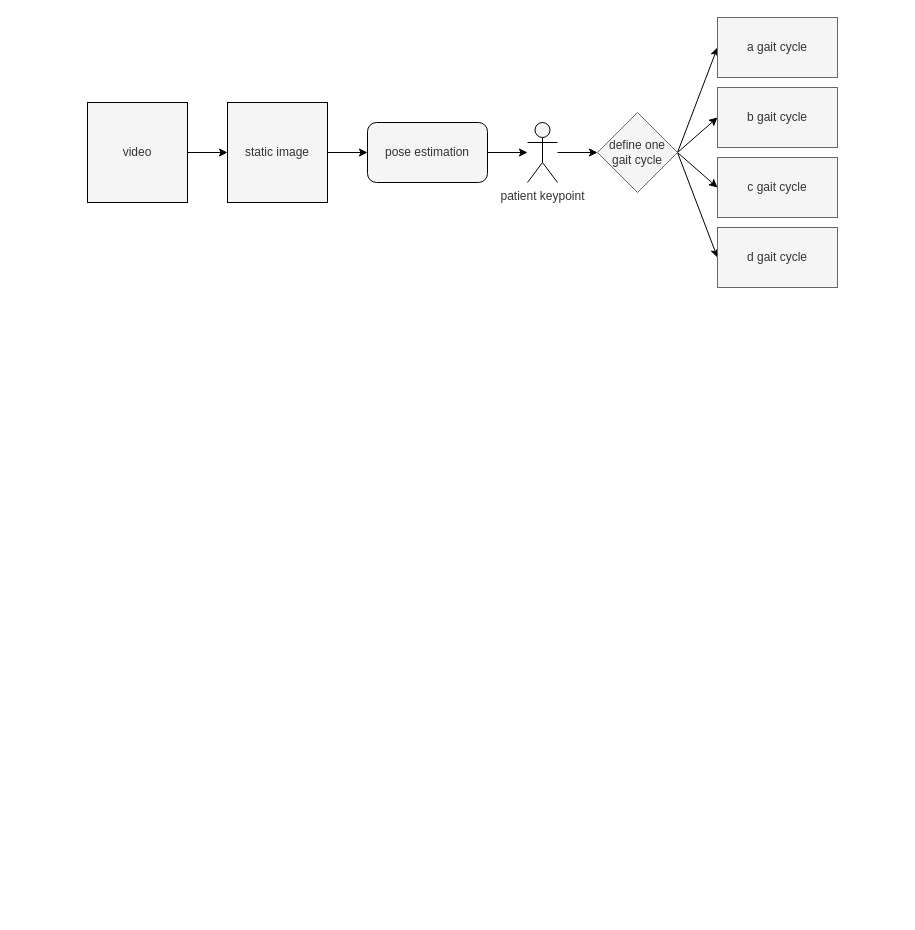
Before: page "define one gait cycle" (1 of 3) of images/figure.drawio in ChenKaiXuSan/Skeleton_ASD_PyTorch, a draw.io diagram. Source tidied: cells renumbered, new cells numbered last; positions are measured from the earlier drawing's top-left corner, leaving out a move shared by most shapes. Both pictures are drawn from the tidied source at 100%, with x=0, y=0 at pixel (87, 17).
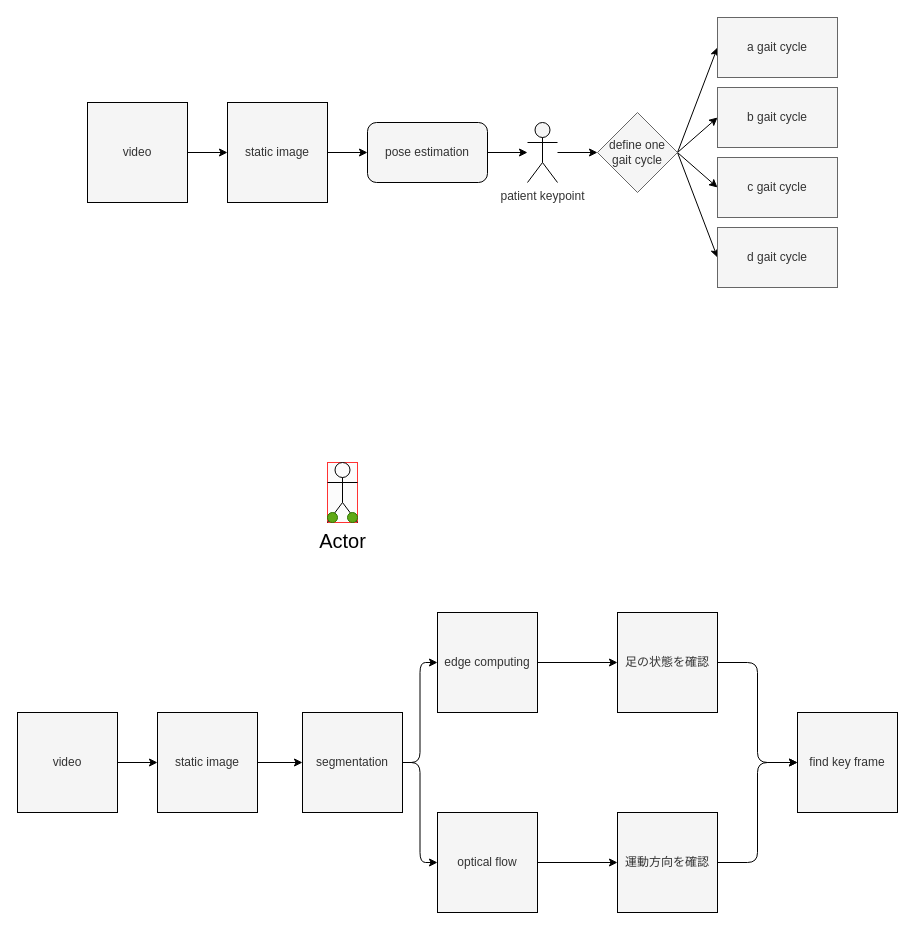
Above is the later version.

What changed in the source:
```diff
@@
+    <mxCell id="19" style="rounded=0;whiteSpace=wrap;html=1;labelBackgroundColor=#FFFFFF;strokeColor=#FF3333;fontSize=20;fontColor=#000000;fillColor=#fcfcfc;" parent="1" vertex="1">
+      <mxGeometry x="240" y="445" width="30" height="60" as="geometry" />
+    </mxCell>
+    <mxCell id="20" value="Actor" style="shape=umlActor;verticalLabelPosition=bottom;verticalAlign=top;html=1;labelBackgroundColor=#FFFFFF;fontSize=20;fontColor=#000000;fillColor=#fcfcfc;strokeColor=#000000;" parent="1" vertex="1">
+      <mxGeometry x="240" y="445" width="30" height="60" as="geometry" />
+    </mxCell>
+    <mxCell id="21" style="ellipse;whiteSpace=wrap;html=1;labelBackgroundColor=#FFFFFF;strokeColor=#2D7600;fontSize=20;fontColor=#ffffff;fillColor=#60a917;" parent="1" vertex="1">
+      <mxGeometry x="260" y="495" width="10" height="10" as="geometry" />
+    </mxCell>
+    <mxCell id="22" style="ellipse;whiteSpace=wrap;html=1;labelBackgroundColor=#FFFFFF;strokeColor=#2D7600;fontSize=20;fontColor=#ffffff;fillColor=#60a917;" parent="1" vertex="1">
+      <mxGeometry x="240" y="495" width="10" height="10" as="geometry" />
+    </mxCell>
+    <mxCell id="23" style="edgeStyle=none;html=1;fillColor=#f5f5f5;strokeColor=#000000;snapToPoint=0;fixDash=0;" parent="1" edge="1" source="24" target="26">
+      <mxGeometry relative="1" as="geometry" />
+    </mxCell>
+    <mxCell id="24" value="video" style="whiteSpace=wrap;html=1;fillColor=#f5f5f5;strokeColor=#000000;fontColor=#333333;snapToPoint=0;fixDash=0;" parent="1" vertex="1">
+      <mxGeometry x="-70" y="695" width="100" height="100" as="geometry" />
+    </mxCell>
+    <mxCell id="25" style="edgeStyle=none;html=1;strokeColor=#000000;" parent="1" edge="1" source="26" target="29">
+      <mxGeometry relative="1" as="geometry" />
+    </mxCell>
+    <mxCell id="26" value="static image" style="whiteSpace=wrap;html=1;fillColor=#f5f5f5;strokeColor=#000000;fontColor=#333333;snapToPoint=0;fixDash=0;" parent="1" vertex="1">
+      <mxGeometry x="70" y="695" width="100" height="100" as="geometry" />
+    </mxCell>
+    <mxCell id="27" style="edgeStyle=orthogonalEdgeStyle;html=1;entryX=0;entryY=0.5;entryDx=0;entryDy=0;strokeColor=#000000;" parent="1" edge="1" source="29" target="31">
+      <mxGeometry relative="1" as="geometry" />
+    </mxCell>
+    <mxCell id="28" style="edgeStyle=orthogonalEdgeStyle;html=1;entryX=0;entryY=0.5;entryDx=0;entryDy=0;strokeColor=#000000;" parent="1" edge="1" source="29" target="33">
+      <mxGeometry relative="1" as="geometry" />
+    </mxCell>
+    <mxCell id="29" value="segmentation" style="whiteSpace=wrap;html=1;fillColor=#f5f5f5;strokeColor=#000000;fontColor=#333333;snapToPoint=0;fixDash=0;" parent="1" vertex="1">
+      <mxGeometry x="215" y="695" width="100" height="100" as="geometry" />
+    </mxCell>
+    <mxCell id="30" style="edgeStyle=orthogonalEdgeStyle;html=1;strokeColor=#000000;" parent="1" edge="1" source="31" target="37">
+      <mxGeometry relative="1" as="geometry" />
+    </mxCell>
+    <mxCell id="31" value="edge computing" style="whiteSpace=wrap;html=1;fillColor=#f5f5f5;strokeColor=#000000;fontColor=#333333;snapToPoint=0;fixDash=0;" parent="1" vertex="1">
+      <mxGeometry x="350" y="595" width="100" height="100" as="geometry" />
+    </mxCell>
+    <mxCell id="32" style="edgeStyle=orthogonalEdgeStyle;html=1;strokeColor=#000000;" parent="1" edge="1" source="33" target="35">
+      <mxGeometry relative="1" as="geometry" />
+    </mxCell>
+    <mxCell id="33" value="optical flow" style="whiteSpace=wrap;html=1;fillColor=#f5f5f5;strokeColor=#000000;fontColor=#333333;snapToPoint=0;fixDash=0;" parent="1" vertex="1">
+      <mxGeometry x="350" y="795" width="100" height="100" as="geometry" />
+    </mxCell>
+    <mxCell id="34" style="edgeStyle=orthogonalEdgeStyle;html=1;entryX=0;entryY=0.5;entryDx=0;entryDy=0;strokeColor=#000000;" parent="1" edge="1" source="35" target="38">
+      <mxGeometry relative="1" as="geometry" />
+    </mxCell>
+    <mxCell id="35" value="運動方向を確認" style="whiteSpace=wrap;html=1;fillColor=#f5f5f5;strokeColor=#000000;fontColor=#333333;snapToPoint=0;fixDash=0;" parent="1" vertex="1">
+      <mxGeometry x="530" y="795" width="100" height="100" as="geometry" />
+    </mxCell>
+    <mxCell id="36" style="edgeStyle=orthogonalEdgeStyle;html=1;entryX=0;entryY=0.5;entryDx=0;entryDy=0;strokeColor=#000000;" parent="1" edge="1" source="37" target="38">
+      <mxGeometry relative="1" as="geometry" />
+    </mxCell>
+    <mxCell id="37" value="足の状態を確認" style="whiteSpace=wrap;html=1;fillColor=#f5f5f5;strokeColor=#000000;fontColor=#333333;snapToPoint=0;fixDash=0;" parent="1" vertex="1">
+      <mxGeometry x="530" y="595" width="100" height="100" as="geometry" />
+    </mxCell>
+    <mxCell id="38" value="find key frame" style="whiteSpace=wrap;html=1;fillColor=#f5f5f5;strokeColor=#000000;fontColor=#333333;snapToPoint=0;fixDash=0;" parent="1" vertex="1">
+      <mxGeometry x="710" y="695" width="100" height="100" as="geometry" />
+    </mxCell>
```
